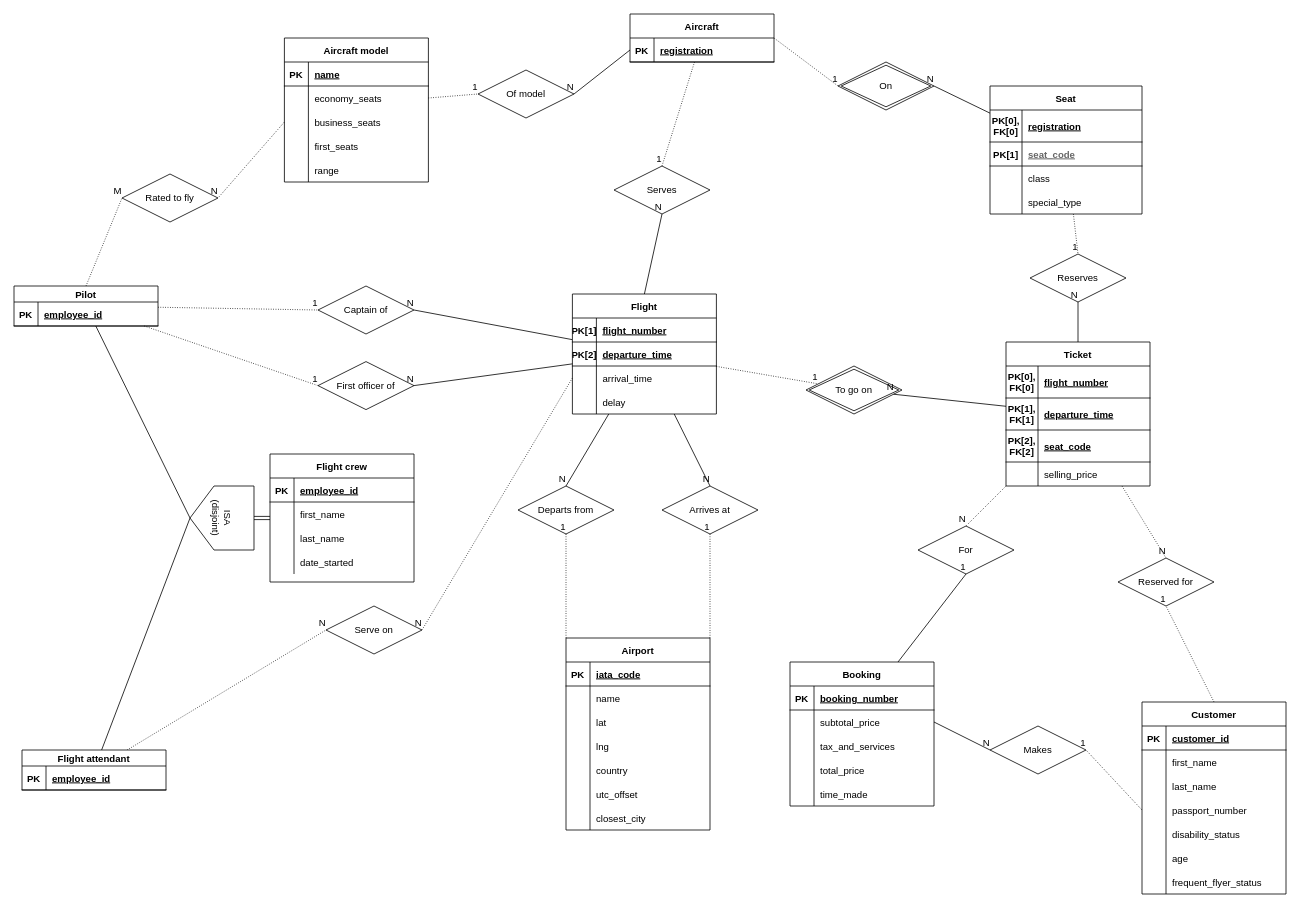
lyulka/comp3278 keeps this draw.io diagram as Airline system ER diagram.drawio. Above is the earlier version. Source tidied: cells renumbered, new cells numbered last; positions are measured from the earlier drawing's top-left corner, leaving out a move shared by most shapes. Both pictures are drawn from the tidied source at 80%, with x=0, y=0 at pixel (14, 14).
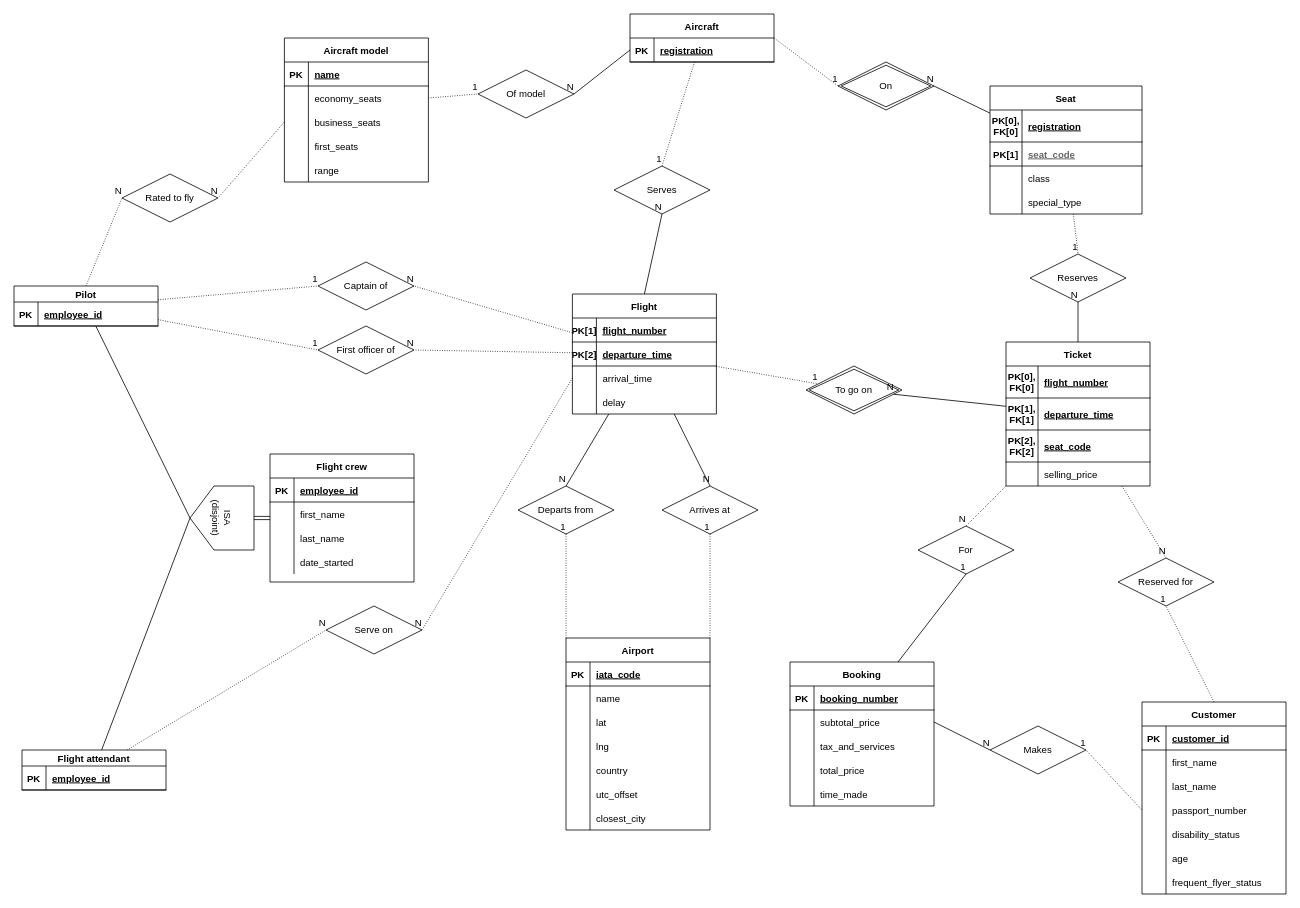
After the change.

Commit message:
Make captain of and first officer of relationships partial on the flight side

Unchanged cells that the change refers to:
```xml
<mxCell id="2" value="Flight" style="shape=table;startSize=30;childLayout=tableLayout;rowLines=0;fontStyle=1;align=center;" parent="1" vertex="1">
  <mxGeometry x="698" y="350" width="180" height="150" as="geometry" />
</mxCell>
<mxCell id="3" style="shape=partialRectangle;fillColor=none;top=0;left=0;bottom=1;right=0;points=[[0,0.5],[1,0.5]];portConstraint=eastwest;" parent="2" vertex="1">
  <mxGeometry y="30" width="180" height="30" as="geometry" />
</mxCell>
<mxCell id="58" value="Rated to fly" style="shape=rhombus;perimeter=rhombusPerimeter;whiteSpace=wrap;html=1;align=center;" parent="1" vertex="1">
  <mxGeometry x="135" y="200" width="120" height="60" as="geometry" />
</mxCell>
<mxCell id="61" value="Pilot" style="shape=table;startSize=20;childLayout=tableLayout;rowLines=0;fontStyle=1;align=center;" parent="1" vertex="1">
  <mxGeometry y="340" width="180" height="50" as="geometry" />
</mxCell>
```

What changed in the source:
```diff
@@
     <mxCell id="54" value="Captain of" style="shape=rhombus;perimeter=rhombusPerimeter;whiteSpace=wrap;html=1;align=center;" parent="1" vertex="1">
-      <mxGeometry x="380" y="340" width="120" height="60" as="geometry" />
+      <mxGeometry x="380" y="310" width="120" height="60" as="geometry" />
     </mxCell>
     <mxCell id="55" value="First officer of" style="shape=rhombus;perimeter=rhombusPerimeter;whiteSpace=wrap;html=1;align=center;" parent="1" vertex="1">
-      <mxGeometry x="380" y="434.5" width="120" height="60" as="geometry" />
+      <mxGeometry x="380" y="390" width="120" height="60" as="geometry" />
     </mxCell>
@@
-    <mxCell id="59" style="endArrow=none;html=1;rounded=0;dashed=1;dashPattern=1 2;entryX=0;entryY=0.5;entryDx=0;entryDy=0;exitX=0.5;exitY=0;exitDx=0;exitDy=0;" parent="1" edge="1" source="61" target="58">
-      <mxGeometry relative="1" as="geometry" />
-    </mxCell>
-    <mxCell id="60" value="M" style="html=1;align=right;verticalAlign=bottom;" parent="59" vertex="1">
-      <mxGeometry x="1" relative="1" as="geometry" />
-    </mxCell>
@@
-    <mxCell id="177" style="endArrow=none;html=1;rounded=0;exitX=-0.002;exitY=0.9;exitDx=0;exitDy=0;entryX=1;entryY=0.5;entryDx=0;entryDy=0;exitPerimeter=0;" parent="1" edge="1" source="3" target="54">
-      <mxGeometry relative="1" as="geometry" />
-    </mxCell>
-    <mxCell id="178" value="N" style="html=1;align=right;verticalAlign=bottom;" parent="177" vertex="1">
-      <mxGeometry x="1" relative="1" as="geometry" />
-    </mxCell>
-    <mxCell id="179" style="endArrow=none;html=1;rounded=0;entryX=1;entryY=0.5;entryDx=0;entryDy=0;" parent="1" edge="1" source="2" target="55">
-      <mxGeometry relative="1" as="geometry" />
-    </mxCell>
-    <mxCell id="180" value="N" style="html=1;align=right;verticalAlign=bottom;" parent="179" vertex="1">
-      <mxGeometry x="1" relative="1" as="geometry" />
-    </mxCell>
@@
+    <mxCell id="217" style="endArrow=none;html=1;rounded=0;dashed=1;dashPattern=1 2;entryX=1;entryY=0.5;entryDx=0;entryDy=0;" parent="1" edge="1" source="2" target="54">
+      <mxGeometry relative="1" as="geometry" />
+    </mxCell>
+    <mxCell id="218" value="N" style="html=1;align=right;verticalAlign=bottom;" parent="217" vertex="1">
+      <mxGeometry x="1" relative="1" as="geometry" />
+    </mxCell>
+    <mxCell id="179" style="endArrow=none;html=1;rounded=0;dashed=1;dashPattern=1 2;entryX=1;entryY=0.5;entryDx=0;entryDy=0;" parent="1" edge="1" source="2" target="55">
+      <mxGeometry relative="1" as="geometry" />
+    </mxCell>
+    <mxCell id="219" value="N" style="html=1;align=right;verticalAlign=bottom;" parent="179" vertex="1">
+      <mxGeometry x="1" relative="1" as="geometry" />
+    </mxCell>
+    <mxCell id="59" style="endArrow=none;html=1;rounded=0;dashed=1;dashPattern=1 2;entryX=0;entryY=0.5;entryDx=0;entryDy=0;exitX=0.5;exitY=0;exitDx=0;exitDy=0;" parent="1" edge="1" source="61" target="58">
+      <mxGeometry relative="1" as="geometry" />
+    </mxCell>
+    <mxCell id="220" value="N" style="html=1;align=right;verticalAlign=bottom;" parent="59" vertex="1">
+      <mxGeometry x="1" relative="1" as="geometry" />
+    </mxCell>
```
